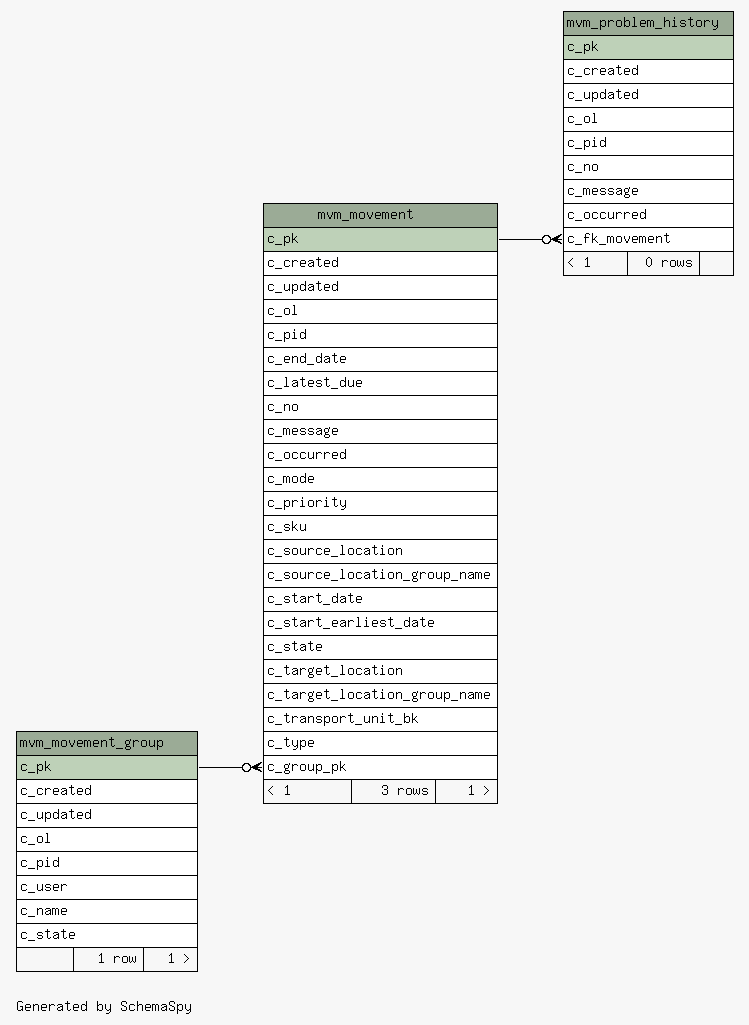
The Graphviz diagram 1.0.0-SNAPSHOT/schemaspy/diagrams/summary/relationships.real.large.png in openwms/org.openwms.wms.movements.lib, before a commit. Its source is kept beside it as 1.0.0-SNAPSHOT/schemaspy/diagrams/summary/relationships.real.large.dot. Source of this version:
```dot
digraph "largeRelationshipsDiagram" {
  graph [
    rankdir="RL"
    bgcolor="#f7f7f7"
    label="\nGenerated by SchemaSpy"
    labeljust="l"
    nodesep="0.18"
    ranksep="0.46"
    fontname="Helvetica"
    fontsize="11"
  ];
  node [
    fontname="Helvetica"
    fontsize="11"
    shape="plaintext"
  ];
  edge [
    arrowsize="0.8"
  ];
  "mvm_movement" [
    label=<
    <TABLE BORDER="0" CELLBORDER="1" CELLSPACING="0" BGCOLOR="#ffffff">
      <TR><TD COLSPAN="3" BGCOLOR="#9bab96" ALIGN="CENTER">mvm_movement</TD></TR>
      <TR><TD PORT="c_pk" COLSPAN="3" BGCOLOR="#bed1b8" ALIGN="LEFT">c_pk</TD></TR>
      <TR><TD PORT="c_created" COLSPAN="3" ALIGN="LEFT">c_created</TD></TR>
      <TR><TD PORT="c_updated" COLSPAN="3" ALIGN="LEFT">c_updated</TD></TR>
      <TR><TD PORT="c_ol" COLSPAN="3" ALIGN="LEFT">c_ol</TD></TR>
      <TR><TD PORT="c_pid" COLSPAN="3" ALIGN="LEFT">c_pid</TD></TR>
      <TR><TD PORT="c_end_date" COLSPAN="3" ALIGN="LEFT">c_end_date</TD></TR>
      <TR><TD PORT="c_latest_due" COLSPAN="3" ALIGN="LEFT">c_latest_due</TD></TR>
      <TR><TD PORT="c_no" COLSPAN="3" ALIGN="LEFT">c_no</TD></TR>
      <TR><TD PORT="c_message" COLSPAN="3" ALIGN="LEFT">c_message</TD></TR>
      <TR><TD PORT="c_occurred" COLSPAN="3" ALIGN="LEFT">c_occurred</TD></TR>
      <TR><TD PORT="c_mode" COLSPAN="3" ALIGN="LEFT">c_mode</TD></TR>
      <TR><TD PORT="c_priority" COLSPAN="3" ALIGN="LEFT">c_priority</TD></TR>
      <TR><TD PORT="c_sku" COLSPAN="3" ALIGN="LEFT">c_sku</TD></TR>
      <TR><TD PORT="c_source_location" COLSPAN="3" ALIGN="LEFT">c_source_location</TD></TR>
      <TR><TD PORT="c_source_location_group_name" COLSPAN="3" ALIGN="LEFT">c_source_location_group_name</TD></TR>
      <TR><TD PORT="c_start_date" COLSPAN="3" ALIGN="LEFT">c_start_date</TD></TR>
      <TR><TD PORT="c_start_earliest_date" COLSPAN="3" ALIGN="LEFT">c_start_earliest_date</TD></TR>
      <TR><TD PORT="c_state" COLSPAN="3" ALIGN="LEFT">c_state</TD></TR>
      <TR><TD PORT="c_target_location" COLSPAN="3" ALIGN="LEFT">c_target_location</TD></TR>
      <TR><TD PORT="c_target_location_group_name" COLSPAN="3" ALIGN="LEFT">c_target_location_group_name</TD></TR>
      <TR><TD PORT="c_transport_unit_bk" COLSPAN="3" ALIGN="LEFT">c_transport_unit_bk</TD></TR>
      <TR><TD PORT="c_type" COLSPAN="3" ALIGN="LEFT">c_type</TD></TR>
      <TR><TD PORT="c_group_pk" COLSPAN="3" ALIGN="LEFT">c_group_pk</TD></TR>
      <TR><TD ALIGN="LEFT" BGCOLOR="#f7f7f7">&lt; 1</TD><TD ALIGN="RIGHT" BGCOLOR="#f7f7f7">3 rows</TD><TD ALIGN="RIGHT" BGCOLOR="#f7f7f7">1 &gt;</TD></TR>
    </TABLE>>
    URL="tables/mvm_movement.html"
    tooltip="mvm_movement"
  ];
  "mvm_movement_group" [
    label=<
    <TABLE BORDER="0" CELLBORDER="1" CELLSPACING="0" BGCOLOR="#ffffff">
      <TR><TD COLSPAN="3" BGCOLOR="#9bab96" ALIGN="CENTER">mvm_movement_group</TD></TR>
      <TR><TD PORT="c_pk" COLSPAN="3" BGCOLOR="#bed1b8" ALIGN="LEFT">c_pk</TD></TR>
      <TR><TD PORT="c_created" COLSPAN="3" ALIGN="LEFT">c_created</TD></TR>
      <TR><TD PORT="c_updated" COLSPAN="3" ALIGN="LEFT">c_updated</TD></TR>
      <TR><TD PORT="c_ol" COLSPAN="3" ALIGN="LEFT">c_ol</TD></TR>
      <TR><TD PORT="c_pid" COLSPAN="3" ALIGN="LEFT">c_pid</TD></TR>
      <TR><TD PORT="c_user" COLSPAN="3" ALIGN="LEFT">c_user</TD></TR>
      <TR><TD PORT="c_name" COLSPAN="3" ALIGN="LEFT">c_name</TD></TR>
      <TR><TD PORT="c_state" COLSPAN="3" ALIGN="LEFT">c_state</TD></TR>
      <TR><TD ALIGN="LEFT" BGCOLOR="#f7f7f7">  </TD><TD ALIGN="RIGHT" BGCOLOR="#f7f7f7">1 row</TD><TD ALIGN="RIGHT" BGCOLOR="#f7f7f7">1 &gt;</TD></TR>
    </TABLE>>
    URL="tables/mvm_movement_group.html"
    tooltip="mvm_movement_group"
  ];
  "mvm_problem_history" [
    label=<
    <TABLE BORDER="0" CELLBORDER="1" CELLSPACING="0" BGCOLOR="#ffffff">
      <TR><TD COLSPAN="3" BGCOLOR="#9bab96" ALIGN="CENTER">mvm_problem_history</TD></TR>
      <TR><TD PORT="c_pk" COLSPAN="3" BGCOLOR="#bed1b8" ALIGN="LEFT">c_pk</TD></TR>
      <TR><TD PORT="c_created" COLSPAN="3" ALIGN="LEFT">c_created</TD></TR>
      <TR><TD PORT="c_updated" COLSPAN="3" ALIGN="LEFT">c_updated</TD></TR>
      <TR><TD PORT="c_ol" COLSPAN="3" ALIGN="LEFT">c_ol</TD></TR>
      <TR><TD PORT="c_pid" COLSPAN="3" ALIGN="LEFT">c_pid</TD></TR>
      <TR><TD PORT="c_no" COLSPAN="3" ALIGN="LEFT">c_no</TD></TR>
      <TR><TD PORT="c_message" COLSPAN="3" ALIGN="LEFT">c_message</TD></TR>
      <TR><TD PORT="c_occurred" COLSPAN="3" ALIGN="LEFT">c_occurred</TD></TR>
      <TR><TD PORT="c_fk_movement" COLSPAN="3" ALIGN="LEFT">c_fk_movement</TD></TR>
      <TR><TD ALIGN="LEFT" BGCOLOR="#f7f7f7">&lt; 1</TD><TD ALIGN="RIGHT" BGCOLOR="#f7f7f7">0 rows</TD><TD ALIGN="RIGHT" BGCOLOR="#f7f7f7">  </TD></TR>
    </TABLE>>
    URL="tables/mvm_problem_history.html"
    tooltip="mvm_problem_history"
  ];
  "mvm_movement":"c_group_pk":w -> "mvm_movement_group":"c_pk":e [arrowhead=none dir=back arrowtail=crowodot];
  "mvm_problem_history":"c_fk_movement":w -> "mvm_movement":"c_pk":e [arrowhead=none dir=back arrowtail=crowodot];
}
```
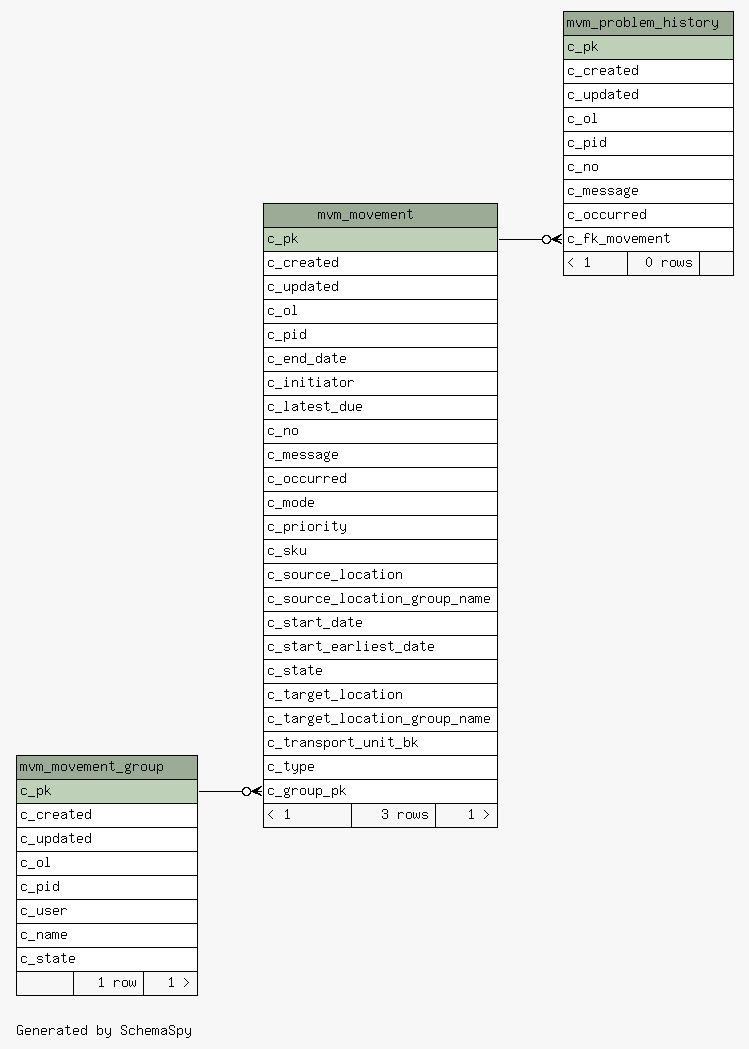
After the commit.

Change to the diagram source:
```diff
@@ -27,6 +27,7 @@
       <TR><TD PORT="c_ol" COLSPAN="3" ALIGN="LEFT">c_ol</TD></TR>
       <TR><TD PORT="c_pid" COLSPAN="3" ALIGN="LEFT">c_pid</TD></TR>
       <TR><TD PORT="c_end_date" COLSPAN="3" ALIGN="LEFT">c_end_date</TD></TR>
+      <TR><TD PORT="c_initiator" COLSPAN="3" ALIGN="LEFT">c_initiator</TD></TR>
       <TR><TD PORT="c_latest_due" COLSPAN="3" ALIGN="LEFT">c_latest_due</TD></TR>
       <TR><TD PORT="c_no" COLSPAN="3" ALIGN="LEFT">c_no</TD></TR>
       <TR><TD PORT="c_message" COLSPAN="3" ALIGN="LEFT">c_message</TD></TR>
```
